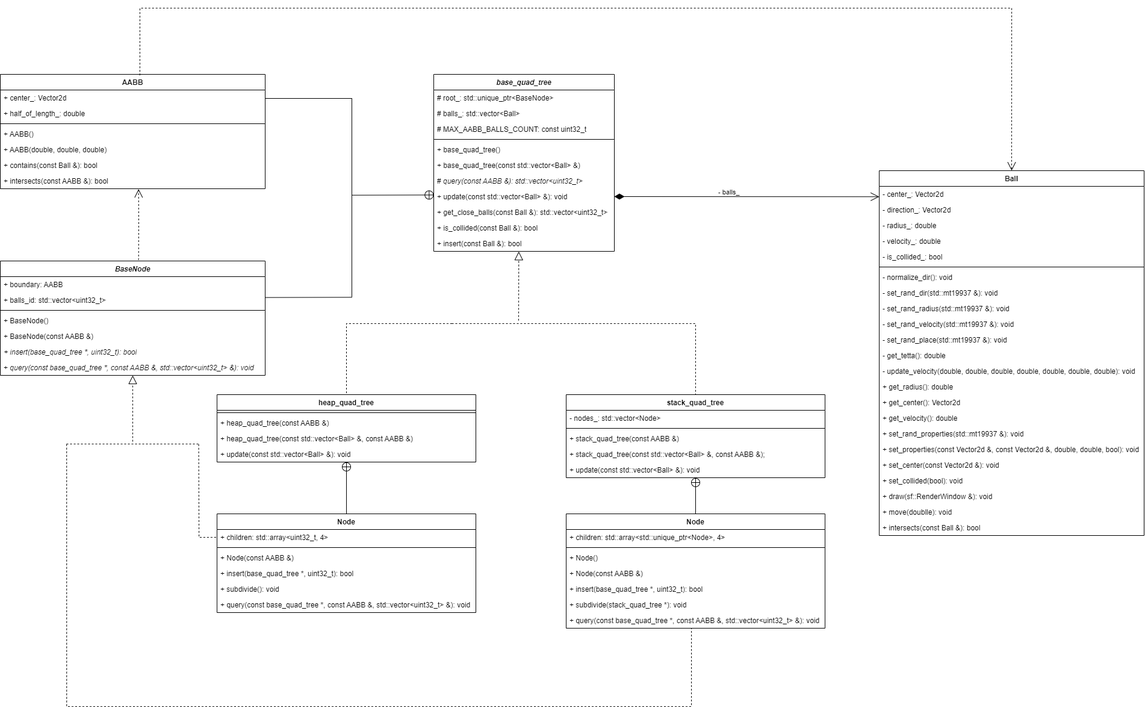
smirnovlad/CollisionHandler keeps this draw.io diagram as BallCollision/UML/class_diagram.png. Above is the earlier version. Source tidied: cells renumbered, new cells last; positions are measured from the earlier drawing's top-left corner, leaving out a move shared by most shapes.
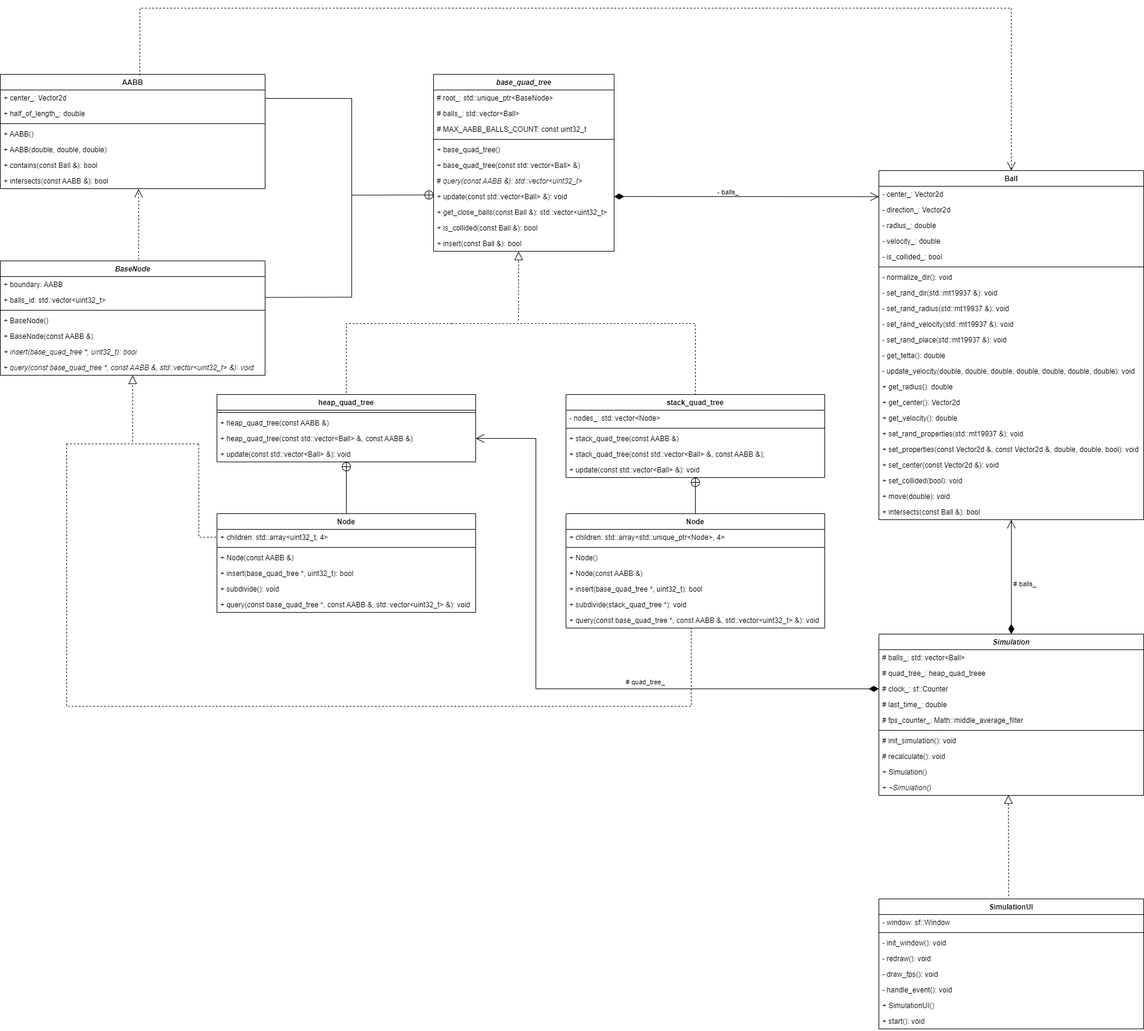
After the commit.

Change to the diagram source:
```diff
@@ -3,7 +3,7 @@
     <mxCell id="0" />
     <mxCell id="1" parent="0" />
     <mxCell id="2" value="Ball" style="swimlane;fontStyle=1;align=center;verticalAlign=top;horizontal=1;startSize=26;whiteSpace=wrap;html=1;" parent="1" vertex="1">
-      <mxGeometry x="1460" y="270" width="440" height="606" as="geometry" />
+      <mxGeometry x="1460" y="270" width="440" height="580" as="geometry" />
     </mxCell>
     <mxCell id="3" value="- center_: Vector2d" style="text;strokeColor=none;fillColor=none;align=left;verticalAlign=top;spacingLeft=4;spacingRight=4;overflow=hidden;points=[[0,0.5],[1,0.5]];portConstraint=eastwest;whiteSpace=wrap;html=1;" parent="2" vertex="1">
       <mxGeometry y="26" width="440" height="26" as="geometry" />
@@ -65,14 +65,11 @@
     <mxCell id="22" value="+ set_collided(bool): void" style="text;strokeColor=none;fillColor=none;align=left;verticalAlign=top;spacingLeft=4;spacingRight=4;overflow=hidden;whiteSpace=wrap;html=1;" parent="2" vertex="1">
       <mxGeometry y="502" width="440" height="26" as="geometry" />
     </mxCell>
-    <mxCell id="23" value="+ draw(sf::RenderWindow &amp;amp;): void" style="text;strokeColor=none;fillColor=none;align=left;verticalAlign=top;spacingLeft=4;spacingRight=4;overflow=hidden;whiteSpace=wrap;html=1;" parent="2" vertex="1">
-      <mxGeometry y="528" width="440" height="26" as="geometry" />
-    </mxCell>
-    <mxCell id="24" value="+ move(doublle): void" style="text;strokeColor=none;fillColor=none;align=left;verticalAlign=top;spacingLeft=4;spacingRight=4;overflow=hidden;whiteSpace=wrap;html=1;" parent="2" vertex="1">
-      <mxGeometry y="554" width="440" height="26" as="geometry" />
+    <mxCell id="24" value="+ move(double): void" style="text;strokeColor=none;fillColor=none;align=left;verticalAlign=top;spacingLeft=4;spacingRight=4;overflow=hidden;whiteSpace=wrap;html=1;" parent="2" vertex="1">
+      <mxGeometry y="528" width="440" height="26" as="geometry" />
     </mxCell>
     <mxCell id="25" value="+ intersects(const Ball &amp;amp;): bool" style="text;strokeColor=none;fillColor=none;align=left;verticalAlign=top;spacingLeft=4;spacingRight=4;overflow=hidden;whiteSpace=wrap;html=1;" parent="2" vertex="1">
-      <mxGeometry y="580" width="440" height="26" as="geometry" />
+      <mxGeometry y="554" width="440" height="26" as="geometry" />
     </mxCell>
     <mxCell id="26" value="&lt;i&gt;base_quad_tree&lt;/i&gt;" style="swimlane;fontStyle=1;align=center;verticalAlign=top;horizontal=1;startSize=26;whiteSpace=wrap;html=1;" parent="1" vertex="1">
       <mxGeometry x="720" y="110" width="300" height="294" as="geometry" />
@@ -333,5 +330,82 @@
         </Array>
       </mxGeometry>
     </mxCell>
+    <mxCell id="102" style="group;" parent="1" vertex="1">
+      <mxGeometry x="1460" y="1040" width="440" height="656" as="geometry" />
+    </mxCell>
+    <mxCell id="103" value="&lt;i&gt;Simulation&lt;/i&gt;" style="swimlane;fontStyle=1;align=center;verticalAlign=top;horizontal=1;startSize=26;whiteSpace=wrap;html=1;" parent="102" vertex="1">
+      <mxGeometry width="440" height="268" as="geometry" />
+    </mxCell>
+    <mxCell id="104" value="# balls_: std::vector&amp;lt;Ball&amp;gt;" style="text;strokeColor=none;fillColor=none;align=left;verticalAlign=top;spacingLeft=4;spacingRight=4;overflow=hidden;whiteSpace=wrap;html=1;" parent="103" vertex="1">
+      <mxGeometry y="26" width="440" height="26" as="geometry" />
+    </mxCell>
+    <mxCell id="105" value="# quad_tree_: heap_quad_treee" style="text;strokeColor=none;fillColor=none;align=left;verticalAlign=top;spacingLeft=4;spacingRight=4;overflow=hidden;whiteSpace=wrap;html=1;" parent="103" vertex="1">
+      <mxGeometry y="52" width="440" height="26" as="geometry" />
+    </mxCell>
+    <mxCell id="106" value="# clock_: sf::Counter" style="text;strokeColor=none;fillColor=none;align=left;verticalAlign=top;spacingLeft=4;spacingRight=4;overflow=hidden;points=[[0,0.5],[1,0.5]];portConstraint=eastwest;whiteSpace=wrap;html=1;" parent="103" vertex="1">
+      <mxGeometry y="78" width="440" height="26" as="geometry" />
+    </mxCell>
+    <mxCell id="107" value="# last_time_: double" style="text;strokeColor=none;fillColor=none;align=left;verticalAlign=top;spacingLeft=4;spacingRight=4;overflow=hidden;whiteSpace=wrap;html=1;" parent="103" vertex="1">
+      <mxGeometry y="104" width="440" height="26" as="geometry" />
+    </mxCell>
+    <mxCell id="108" value="# fps_counter_:&amp;nbsp;Math::middle_average_filter" style="text;strokeColor=none;fillColor=none;align=left;verticalAlign=top;spacingLeft=4;spacingRight=4;overflow=hidden;whiteSpace=wrap;html=1;" parent="103" vertex="1">
+      <mxGeometry y="130" width="440" height="26" as="geometry" />
+    </mxCell>
+    <mxCell id="109" style="line;strokeWidth=1;fillColor=none;align=left;verticalAlign=middle;spacingTop=-1;spacingLeft=3;spacingRight=3;labelPosition=right;strokeColor=inherit;" parent="103" vertex="1">
+      <mxGeometry y="156" width="440" height="8" as="geometry" />
+    </mxCell>
+    <mxCell id="110" value="# init_simulation(): void" style="text;strokeColor=none;fillColor=none;align=left;verticalAlign=top;spacingLeft=4;spacingRight=4;overflow=hidden;whiteSpace=wrap;html=1;" parent="103" vertex="1">
+      <mxGeometry y="164" width="440" height="26" as="geometry" />
+    </mxCell>
+    <mxCell id="111" value="# recalculate(): void" style="text;strokeColor=none;fillColor=none;align=left;verticalAlign=top;spacingLeft=4;spacingRight=4;overflow=hidden;whiteSpace=wrap;html=1;" parent="103" vertex="1">
+      <mxGeometry y="190" width="440" height="26" as="geometry" />
+    </mxCell>
+    <mxCell id="112" value="+ Simulation()" style="text;strokeColor=none;fillColor=none;align=left;verticalAlign=top;spacingLeft=4;spacingRight=4;overflow=hidden;whiteSpace=wrap;html=1;" parent="103" vertex="1">
+      <mxGeometry y="216" width="440" height="26" as="geometry" />
+    </mxCell>
+    <mxCell id="113" value="+ &lt;i&gt;~Simulation()&lt;/i&gt;" style="text;strokeColor=none;fillColor=none;align=left;verticalAlign=top;spacingLeft=4;spacingRight=4;overflow=hidden;points=[[0,0.5],[1,0.5]];portConstraint=eastwest;whiteSpace=wrap;html=1;" parent="103" vertex="1">
+      <mxGeometry y="242" width="440" height="26" as="geometry" />
+    </mxCell>
+    <mxCell id="114" value="SimulationUI" style="swimlane;fontStyle=1;align=center;verticalAlign=top;horizontal=1;startSize=26;whiteSpace=wrap;html=1;" parent="102" vertex="1">
+      <mxGeometry y="440" width="440" height="216" as="geometry" />
+    </mxCell>
+    <mxCell id="115" value="- window: sf::Window" style="text;strokeColor=none;fillColor=none;align=left;verticalAlign=top;spacingLeft=4;spacingRight=4;overflow=hidden;whiteSpace=wrap;html=1;" parent="114" vertex="1">
+      <mxGeometry y="26" width="440" height="26" as="geometry" />
+    </mxCell>
+    <mxCell id="116" style="line;strokeWidth=1;fillColor=none;align=left;verticalAlign=middle;spacingTop=-1;spacingLeft=3;spacingRight=3;labelPosition=right;strokeColor=inherit;" parent="114" vertex="1">
+      <mxGeometry y="52" width="440" height="8" as="geometry" />
+    </mxCell>
+    <mxCell id="117" value="- init_window(): void" style="text;strokeColor=none;fillColor=none;align=left;verticalAlign=top;spacingLeft=4;spacingRight=4;overflow=hidden;whiteSpace=wrap;html=1;" parent="114" vertex="1">
+      <mxGeometry y="60" width="440" height="26" as="geometry" />
+    </mxCell>
+    <mxCell id="118" value="- redraw(): void" style="text;strokeColor=none;fillColor=none;align=left;verticalAlign=top;spacingLeft=4;spacingRight=4;overflow=hidden;whiteSpace=wrap;html=1;" parent="114" vertex="1">
+      <mxGeometry y="86" width="440" height="26" as="geometry" />
+    </mxCell>
+    <mxCell id="119" value="- draw_fps(): void" style="text;strokeColor=none;fillColor=none;align=left;verticalAlign=top;spacingLeft=4;spacingRight=4;overflow=hidden;whiteSpace=wrap;html=1;" parent="114" vertex="1">
+      <mxGeometry y="112" width="440" height="26" as="geometry" />
+    </mxCell>
+    <mxCell id="120" value="- handle_event(): void" style="text;strokeColor=none;fillColor=none;align=left;verticalAlign=top;spacingLeft=4;spacingRight=4;overflow=hidden;whiteSpace=wrap;html=1;" parent="114" vertex="1">
+      <mxGeometry y="138" width="440" height="26" as="geometry" />
+    </mxCell>
+    <mxCell id="121" value="+ SimulationUI()" style="text;strokeColor=none;fillColor=none;align=left;verticalAlign=top;spacingLeft=4;spacingRight=4;overflow=hidden;whiteSpace=wrap;html=1;" parent="114" vertex="1">
+      <mxGeometry y="164" width="440" height="26" as="geometry" />
+    </mxCell>
+    <mxCell id="122" value="+ start(): void" style="text;strokeColor=none;fillColor=none;align=left;verticalAlign=top;spacingLeft=4;spacingRight=4;overflow=hidden;whiteSpace=wrap;html=1;" parent="114" vertex="1">
+      <mxGeometry y="190" width="440" height="26" as="geometry" />
+    </mxCell>
+    <mxCell id="123" style="endArrow=block;dashed=1;endFill=0;endSize=12;html=1;rounded=0;exitX=0.49;exitY=-0.022;exitDx=0;exitDy=0;exitPerimeter=0;entryX=0.489;entryY=0.978;entryDx=0;entryDy=0;entryPerimeter=0;" parent="102" edge="1" source="114" target="113">
+      <mxGeometry relative="1" as="geometry" />
+    </mxCell>
+    <mxCell id="124" value="# balls_" style="endArrow=open;html=1;endSize=12;startArrow=diamondThin;startSize=14;startFill=1;align=left;verticalAlign=bottom;rounded=0;exitX=0.5;exitY=0;exitDx=0;exitDy=0;entryX=0.5;entryY=1;entryDx=0;entryDy=0;" parent="1" edge="1" source="103" target="2">
+      <mxGeometry x="-0.22" y="-2" relative="1" as="geometry" />
+    </mxCell>
+    <mxCell id="125" value="# quad_tree_" style="endArrow=open;html=1;endSize=12;startArrow=diamondThin;startSize=14;startFill=1;align=left;verticalAlign=bottom;rounded=0;exitX=0;exitY=0.5;exitDx=0;exitDy=0;entryX=1;entryY=0.5;entryDx=0;entryDy=0;edgeStyle=orthogonalEdgeStyle;" parent="1" edge="1" source="106" target="41">
+      <mxGeometry x="-0.22" y="-2" relative="1" as="geometry">
+        <Array as="points">
+          <mxPoint x="890" y="1131" />
+          <mxPoint x="890" y="715" />
+        </Array>
+      </mxGeometry>
+    </mxCell>
   </root>
 </mxGraphModel>
```
